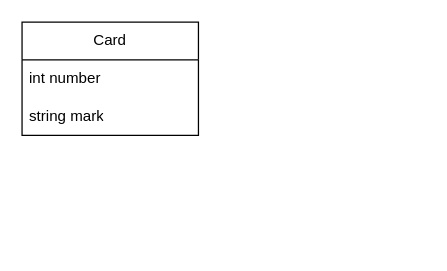
The draw.io diagram Ruby/BlackJack/blackjack.drawio in setodeve/ApprenticeShip, before the edit. Source tidied: cells renumbered, new cells numbered last; positions are measured from the earlier drawing's top-left corner, leaving out a move shared by most shapes. Both pictures are drawn from the tidied source at 126%, with x=0, y=0 at pixel (21, 21).
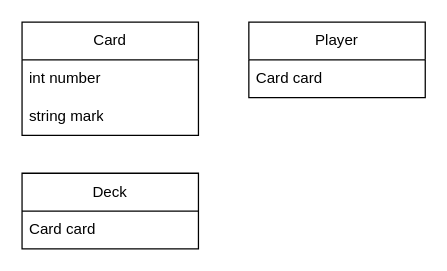
The same diagram, later.

What changed in the source:
```diff
@@
 <mxGraphModel>
   <root>
     <mxCell id="0" />
     <mxCell id="1" parent="0" />
     <mxCell id="2" value="Card" style="swimlane;fontStyle=0;horizontal=1;startSize=30;whiteSpace=wrap;html=1;" parent="1" vertex="1">
       <mxGeometry width="140" height="90" as="geometry" />
     </mxCell>
     <mxCell id="3" value="int number" style="text;strokeColor=none;fillColor=none;align=left;verticalAlign=middle;spacingLeft=4;spacingRight=4;overflow=hidden;whiteSpace=wrap;html=1;" parent="2" vertex="1">
       <mxGeometry y="30" width="140" height="30" as="geometry" />
     </mxCell>
     <mxCell id="4" value="string mark" style="text;strokeColor=none;fillColor=none;align=left;verticalAlign=middle;spacingLeft=4;spacingRight=4;overflow=hidden;whiteSpace=wrap;html=1;" parent="2" vertex="1">
       <mxGeometry y="60" width="140" height="30" as="geometry" />
     </mxCell>
+    <mxCell id="5" value="Deck" style="swimlane;fontStyle=0;horizontal=1;startSize=30;whiteSpace=wrap;html=1;" parent="1" vertex="1">
+      <mxGeometry y="120" width="140" height="60" as="geometry" />
+    </mxCell>
+    <mxCell id="6" value="Card card" style="text;strokeColor=none;fillColor=none;align=left;verticalAlign=middle;spacingLeft=4;spacingRight=4;overflow=hidden;whiteSpace=wrap;html=1;" parent="5" vertex="1">
+      <mxGeometry y="30" width="140" height="30" as="geometry" />
+    </mxCell>
+    <mxCell id="7" value="Player" style="swimlane;fontStyle=0;horizontal=1;startSize=30;whiteSpace=wrap;html=1;" parent="1" vertex="1">
+      <mxGeometry x="180" width="140" height="60" as="geometry" />
+    </mxCell>
+    <mxCell id="8" value="Card card" style="text;strokeColor=none;fillColor=none;align=left;verticalAlign=middle;spacingLeft=4;spacingRight=4;overflow=hidden;whiteSpace=wrap;html=1;" parent="7" vertex="1">
+      <mxGeometry y="30" width="140" height="30" as="geometry" />
+    </mxCell>
   </root>
 </mxGraphModel>
```
